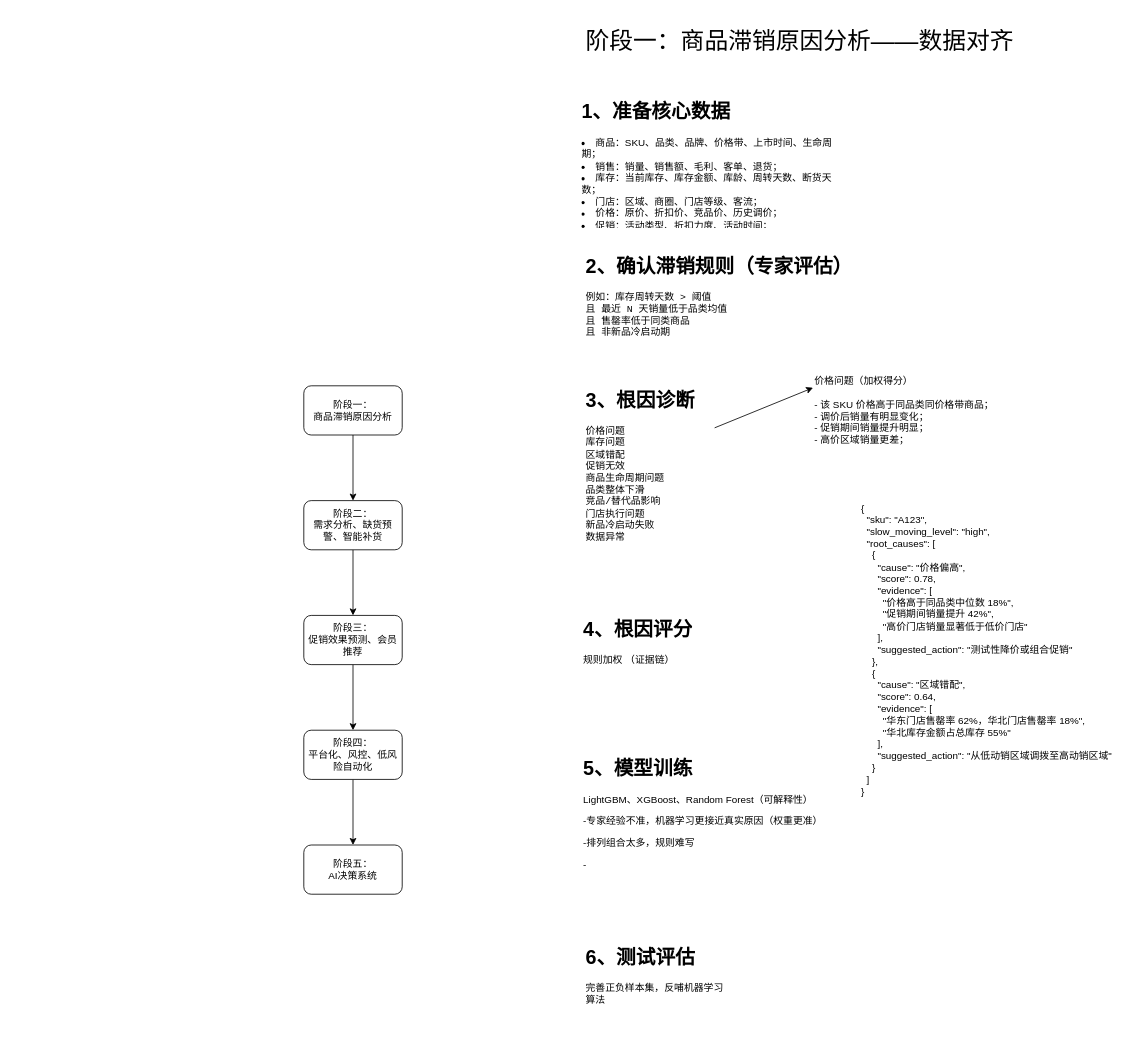
This is 图-drawio/Agent/零售行业Agent.drawio from minedegithubhao/canbe-blog, a draw.io file, before an edit. Source tidied: cells renumbered, new cells numbered last; positions are measured from the earlier drawing's top-left corner, leaving out a move shared by most shapes. Both pictures are drawn from the tidied source at 82%, with x=0, y=0 at pixel (303, 14).
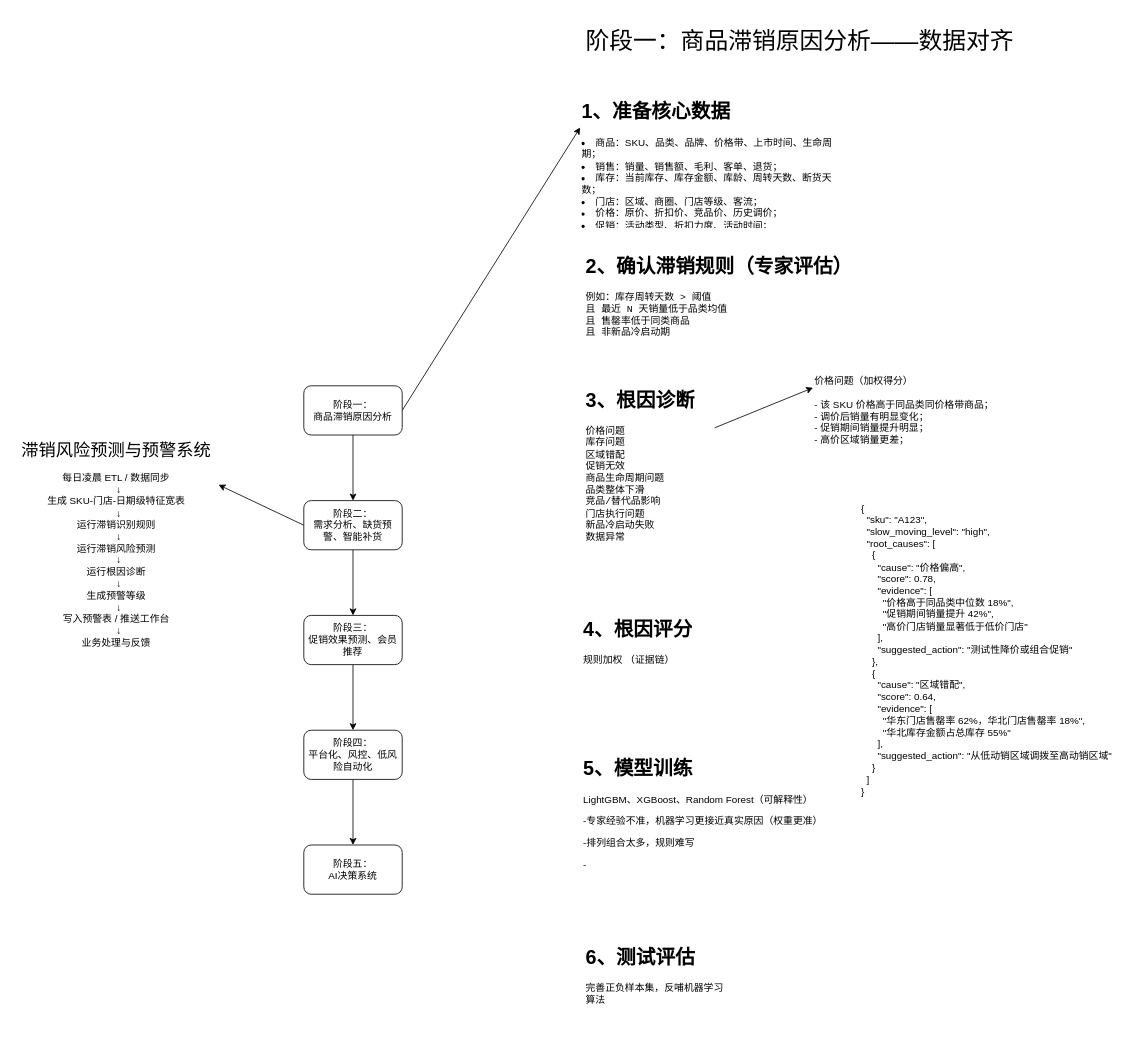
After the change.

Unchanged cells that the change refers to:
```xml
<mxCell id="3" value="&lt;div&gt;阶段一：&lt;/div&gt;商品滞销原因分析" style="rounded=1;whiteSpace=wrap;html=1;" parent="1" vertex="1">
  <mxGeometry y="453" width="120" height="60" as="geometry" />
</mxCell>
<mxCell id="5" value="阶段二：&lt;div&gt;需求分析、缺货预警、智能补货&lt;/div&gt;" style="rounded=1;whiteSpace=wrap;html=1;" parent="1" vertex="1">
  <mxGeometry y="593" width="120" height="60" as="geometry" />
</mxCell>
<mxCell id="18" value="&lt;h1 style=&quot;margin-top: 0px;&quot;&gt;1、准备核心数据&lt;/h1&gt;&lt;li&gt;商品：SKU、品类、品牌、价格带、上市时间、生命周期；&lt;/li&gt;&lt;li&gt;销售：销量、销售额、毛利、客单、退货；&lt;/li&gt;&lt;li&gt;库存：当前库存、库存金额、库龄、周转天数、断货天数；&lt;/li&gt;&lt;li&gt;门店：区域、商圈、门店等级、客流；&lt;/li&gt;&lt;li&gt;价格：原价、折扣价、竞品价、历史调价；&lt;/li&gt;&lt;li&gt;促销：活动类型、折扣力度、活动时间；&lt;/li&gt;&lt;li&gt;时间：节假日、季节、天气，如果能接入更好。&lt;/li&gt;" style="text;html=1;whiteSpace=wrap;overflow=hidden;rounded=0;" parent="1" vertex="1">
  <mxGeometry x="337" y="98" width="326" height="160" as="geometry" />
</mxCell>
```

What changed in the source:
```diff
@@
+    <mxCell id="21" style="rounded=0;jettySize=auto;html=1;exitX=1;exitY=0.5;exitDx=0;exitDy=0;entryX=0;entryY=0.25;entryDx=0;entryDy=0;" parent="1" edge="1" source="3" target="18">
+      <mxGeometry relative="1" as="geometry" />
+    </mxCell>
@@
+    <mxCell id="22" style="rounded=0;jettySize=auto;html=1;exitX=0;exitY=0.5;exitDx=0;exitDy=0;entryX=1;entryY=0.25;entryDx=0;entryDy=0;" parent="1" edge="1" source="5" target="23">
+      <mxGeometry relative="1" as="geometry" />
+    </mxCell>
@@
+    <mxCell id="23" value="&lt;div&gt;&lt;font style=&quot;font-size: 21px; color: light-dark(rgb(0, 0, 0), rgb(255, 51, 51));&quot;&gt;滞销风险预测与预警系统&lt;/font&gt;&lt;/div&gt;&lt;div&gt;&lt;br&gt;&lt;/div&gt;&lt;div&gt;每日凌晨 ETL / 数据同步&lt;/div&gt;&lt;div&gt;&amp;nbsp; ↓&lt;/div&gt;&lt;div&gt;生成 SKU-门店-日期级特征宽表&lt;/div&gt;&lt;div&gt;&amp;nbsp; ↓&lt;/div&gt;&lt;div&gt;运行滞销识别规则&lt;/div&gt;&lt;div&gt;&amp;nbsp; ↓&lt;/div&gt;&lt;div&gt;运行滞销风险预测&lt;/div&gt;&lt;div&gt;&amp;nbsp; ↓&lt;/div&gt;&lt;div&gt;运行根因诊断&lt;/div&gt;&lt;div&gt;&amp;nbsp; ↓&lt;/div&gt;&lt;div&gt;生成预警等级&lt;/div&gt;&lt;div&gt;&amp;nbsp; ↓&lt;/div&gt;&lt;div&gt;写入预警表 / 推送工作台&lt;/div&gt;&lt;div&gt;&amp;nbsp; ↓&lt;/div&gt;&lt;div&gt;业务处理与反馈&lt;/div&gt;" style="text;html=1;whiteSpace=wrap;strokeColor=none;fillColor=none;align=center;verticalAlign=middle;rounded=0;" parent="1" vertex="1">
+      <mxGeometry x="-353" y="502" width="249" height="287" as="geometry" />
+    </mxCell>
```
